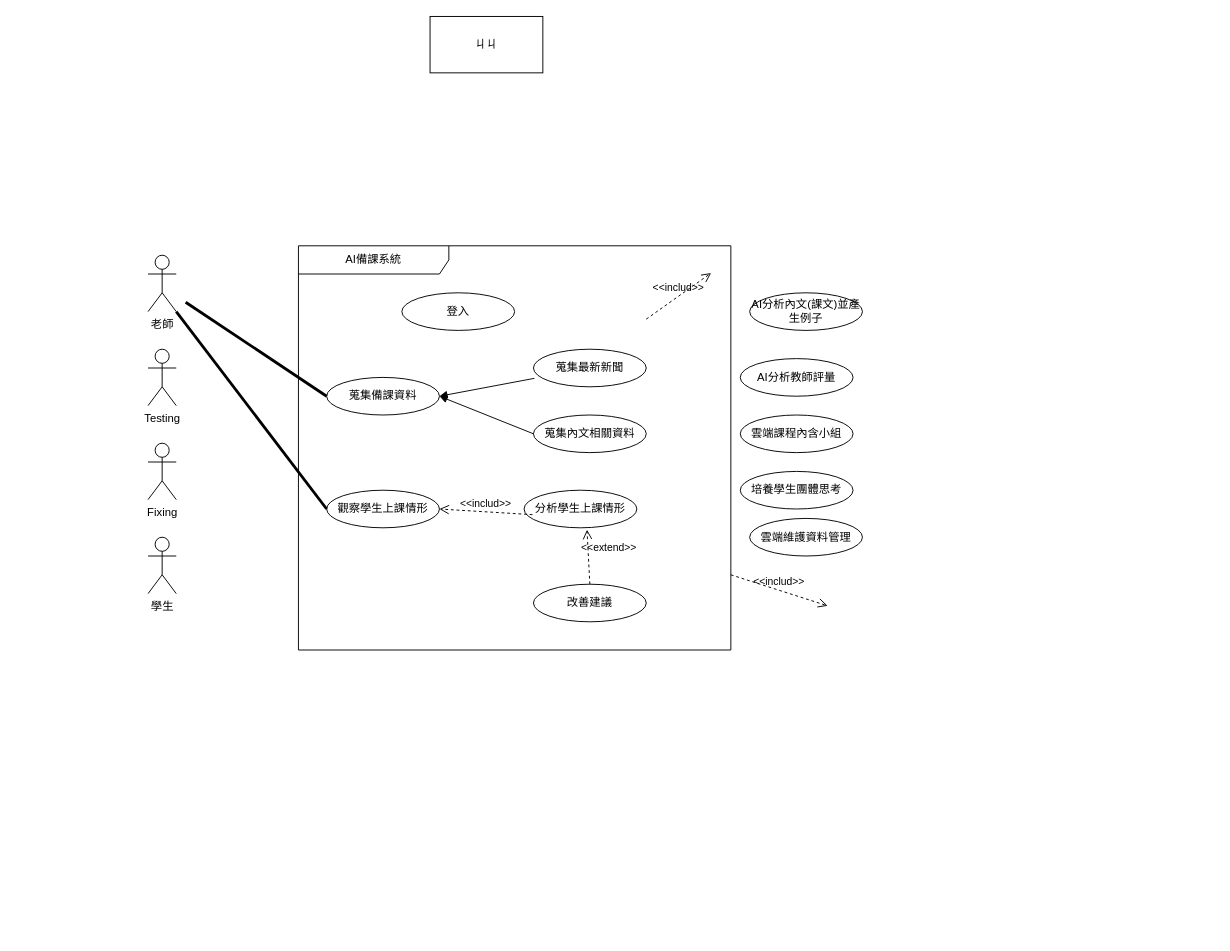
This is page "第 1 页" (1 of 2) of 顧客關係圖.drawio from Kevincheng0804/System-analysis, a draw.io file, before an edit. Source tidied: cells renumbered, new cells numbered last; positions are measured from the earlier drawing's top-left corner, leaving out a move shared by most shapes. Both pictures are drawn from the tidied source at 94%, with x=0, y=0 at pixel (148, 16).
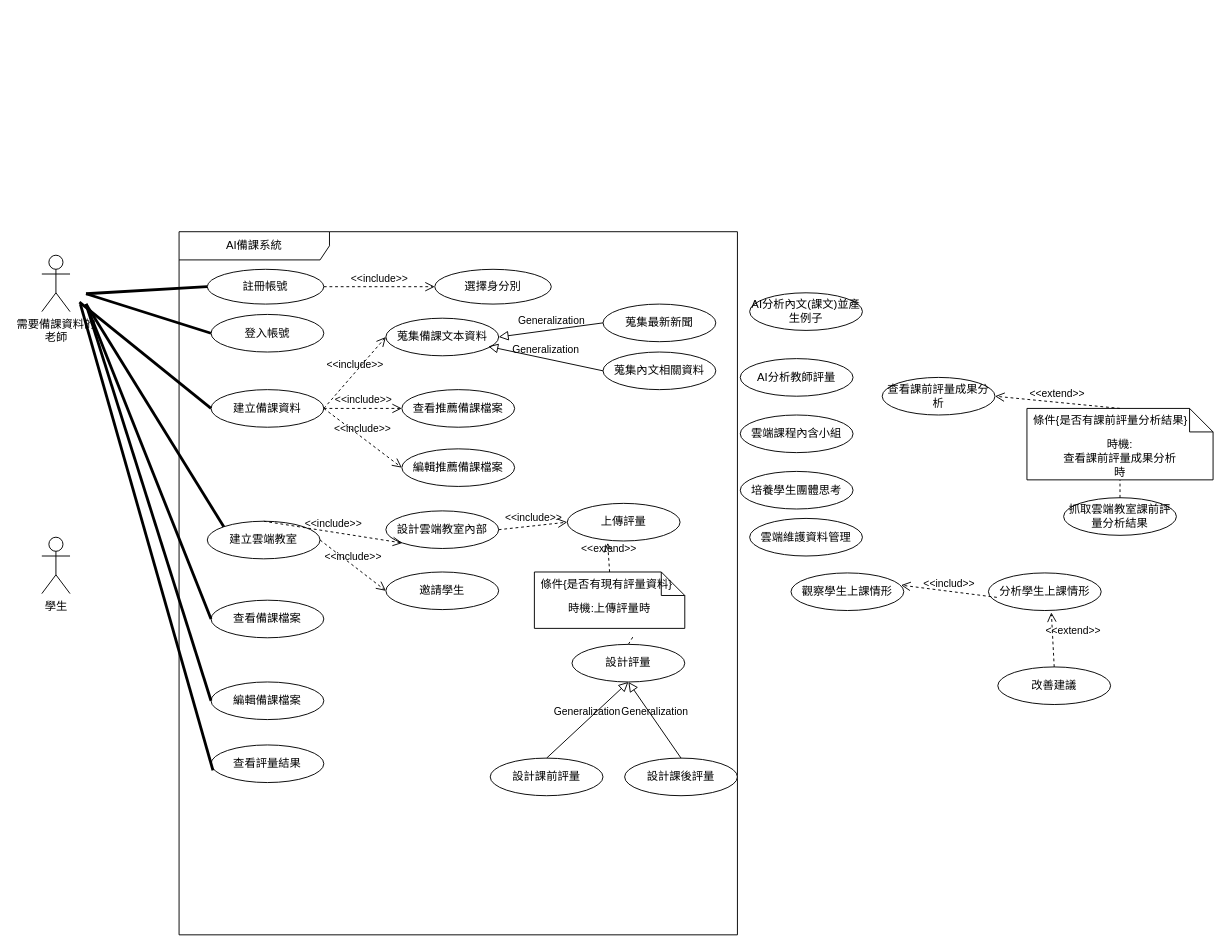
Above is the later version.

Diff of the diagram source:
```diff
@@
-    <mxCell id="2" value="&lt;div&gt;老師&lt;/div&gt;&lt;div&gt;&lt;br&gt;&lt;/div&gt;" style="shape=umlActor;verticalLabelPosition=bottom;verticalAlign=top;html=1;" parent="1" vertex="1">
-      <mxGeometry y="254" width="30" height="60" as="geometry" />
+    <mxCell id="2" value="需要備課資料的&lt;div&gt;老師&lt;/div&gt;&lt;div&gt;&lt;br&gt;&lt;/div&gt;" style="shape=umlActor;verticalLabelPosition=bottom;verticalAlign=top;html=1;" parent="1" vertex="1">
+      <mxGeometry x="-113" y="254" width="30" height="60" as="geometry" />
     </mxCell>
-    <mxCell id="3" value="Testing" style="shape=umlActor;verticalLabelPosition=bottom;verticalAlign=top;html=1;" parent="1" vertex="1">
-      <mxGeometry y="354" width="30" height="60" as="geometry" />
-    </mxCell>
-    <mxCell id="4" value="Fixing" style="shape=umlActor;verticalLabelPosition=bottom;verticalAlign=top;html=1;" parent="1" vertex="1">
-      <mxGeometry y="454" width="30" height="60" as="geometry" />
-    </mxCell>
     <mxCell id="5" value="AI備課系統" style="shape=umlFrame;whiteSpace=wrap;html=1;width=160;" parent="1" vertex="1">
-      <mxGeometry x="160" y="244" width="460" height="430" as="geometry" />
+      <mxGeometry x="33" y="229" width="594" height="748" as="geometry" />
     </mxCell>
-    <mxCell id="6" value="觀察學生上課情形" style="ellipse;html=1;whiteSpace=wrap;" parent="5" vertex="1">
-      <mxGeometry x="30" y="260" width="120" height="40" as="geometry" />
-    </mxCell>
-    <mxCell id="7" value="登入" style="ellipse;html=1;whiteSpace=wrap;" parent="5" vertex="1">
-      <mxGeometry x="110" y="50" width="120" height="40" as="geometry" />
+    <mxCell id="7" value="登入帳號" style="ellipse;html=1;whiteSpace=wrap;" parent="5" vertex="1">
+      <mxGeometry x="34" y="88" width="120" height="40" as="geometry" />
     </mxCell>
-    <mxCell id="8" value="&lt;div&gt;蒐集備課資料&lt;/div&gt;" style="ellipse;html=1;whiteSpace=wrap;" parent="5" vertex="1">
-      <mxGeometry x="30" y="140" width="120" height="40" as="geometry" />
+    <mxCell id="8" value="&lt;div&gt;蒐集備課文本資料&lt;/div&gt;" style="ellipse;html=1;whiteSpace=wrap;" parent="5" vertex="1">
+      <mxGeometry x="220" y="92" width="120" height="40" as="geometry" />
     </mxCell>
     <mxCell id="9" value="蒐集最新新聞" style="ellipse;html=1;whiteSpace=wrap;" parent="5" vertex="1">
-      <mxGeometry x="250" y="110" width="120" height="40" as="geometry" />
+      <mxGeometry x="451" y="77" width="120" height="40" as="geometry" />
     </mxCell>
     <mxCell id="10" value="蒐集內文相關資料" style="ellipse;html=1;whiteSpace=wrap;" parent="5" vertex="1">
-      <mxGeometry x="250" y="180" width="120" height="40" as="geometry" />
+      <mxGeometry x="451" y="128" width="120" height="40" as="geometry" />
     </mxCell>
+    <mxCell id="27" value="註冊帳號" style="ellipse;html=1;whiteSpace=wrap;" parent="5" vertex="1">
+      <mxGeometry x="30" y="40" width="124" height="37" as="geometry" />
+    </mxCell>
+    <mxCell id="28" value="選擇身分別" style="ellipse;html=1;whiteSpace=wrap;" parent="5" vertex="1">
+      <mxGeometry x="272" y="40" width="124" height="37" as="geometry" />
+    </mxCell>
+    <mxCell id="29" value="&amp;lt;&amp;lt;include&amp;gt;&amp;gt;" style="endArrow=open;startArrow=none;endFill=0;startFill=0;endSize=8;html=1;verticalAlign=bottom;dashed=1;labelBackgroundColor=none;rounded=0;exitX=1;exitY=0.5;exitDx=0;exitDy=0;entryX=0;entryY=0.5;entryDx=0;entryDy=0;" parent="5" edge="1" source="27" target="28">
+      <mxGeometry relative="1" as="geometry" />
+    </mxCell>
+    <mxCell id="30" value="Generalization" style="endArrow=block;html=1;rounded=0;align=center;verticalAlign=bottom;endFill=0;labelBackgroundColor=none;endSize=8;entryX=1;entryY=0.5;entryDx=0;entryDy=0;exitX=0;exitY=0.5;exitDx=0;exitDy=0;" parent="5" edge="1" source="9" target="8">
+      <mxGeometry relative="1" as="geometry" />
+    </mxCell>
+    <mxCell id="31" style="html=1;align=center;verticalAlign=top;labelBackgroundColor=none;" parent="30" vertex="1">
+      <mxGeometry relative="1" as="geometry" />
+    </mxCell>
-    <mxCell id="11" style="html=1;verticalAlign=bottom;labelBackgroundColor=none;endArrow=block;endFill=1;rounded=0;entryX=1;entryY=0.5;entryDx=0;entryDy=0;exitX=0;exitY=0.5;exitDx=0;exitDy=0;" parent="5" edge="1" source="10" target="8">
+    <mxCell id="11" value="Generalization" style="endArrow=block;html=1;rounded=0;align=center;verticalAlign=bottom;endFill=0;labelBackgroundColor=none;endSize=8;exitX=0;exitY=0.5;exitDx=0;exitDy=0;entryX=0.908;entryY=0.75;entryDx=0;entryDy=0;entryPerimeter=0;" parent="5" edge="1" source="10" target="8">
       <mxGeometry relative="1" as="geometry" />
     </mxCell>
-    <mxCell id="12" style="html=1;verticalAlign=bottom;labelBackgroundColor=none;endArrow=block;endFill=1;rounded=0;exitX=0.008;exitY=0.775;exitDx=0;exitDy=0;exitPerimeter=0;" parent="5" edge="1" source="9">
-      <mxGeometry relative="1" as="geometry">
-        <mxPoint x="150" y="160" as="targetPoint" />
-      </mxGeometry>
-    </mxCell>
-    <mxCell id="13" value="分析學生上課情形" style="ellipse;html=1;whiteSpace=wrap;" parent="5" vertex="1">
-      <mxGeometry x="240" y="260" width="120" height="40" as="geometry" />
-    </mxCell>
-    <mxCell id="14" value="改善建議" style="ellipse;html=1;whiteSpace=wrap;" parent="5" vertex="1">
-      <mxGeometry x="250" y="360" width="120" height="40" as="geometry" />
-    </mxCell>
-    <mxCell id="15" value="&amp;lt;&amp;lt;extend&amp;gt;&amp;gt;" style="endArrow=open;startArrow=none;endFill=0;startFill=0;endSize=8;html=1;verticalAlign=bottom;dashed=1;labelBackgroundColor=none;rounded=0;entryX=0.558;entryY=1.05;entryDx=0;entryDy=0;exitX=0.5;exitY=0;exitDx=0;exitDy=0;entryPerimeter=0;" parent="5" edge="1" source="14" target="13">
-      <mxGeometry y="-22" relative="1" as="geometry" />
-    </mxCell>
-    <mxCell id="16" value="&amp;lt;&amp;lt;includ&amp;gt;&amp;gt;" style="endArrow=open;startArrow=none;endFill=0;startFill=0;endSize=8;html=1;verticalAlign=bottom;dashed=1;labelBackgroundColor=none;rounded=0;exitX=0.075;exitY=0.65;exitDx=0;exitDy=0;exitPerimeter=0;" parent="5" edge="1" source="13">
-      <mxGeometry relative="1" as="geometry">
-        <mxPoint x="150" y="280" as="targetPoint" />
-      </mxGeometry>
-    </mxCell>
-    <mxCell id="17" value="&amp;lt;&amp;lt;includ&amp;gt;&amp;gt;" style="endArrow=open;startArrow=none;endFill=0;startFill=0;endSize=8;html=1;verticalAlign=bottom;dashed=1;labelBackgroundColor=none;rounded=0;entryX=0.5;entryY=1;entryDx=0;entryDy=0;exitX=0.592;exitY=-0.025;exitDx=0;exitDy=0;exitPerimeter=0;" parent="5" edge="1">
-      <mxGeometry relative="1" as="geometry">
-        <mxPoint x="370" y="78" as="sourcePoint" />
-        <mxPoint x="439" y="29" as="targetPoint" />
-      </mxGeometry>
-    </mxCell>
+    <mxCell id="32" style="html=1;align=center;verticalAlign=top;labelBackgroundColor=none;" parent="11" vertex="1">
+      <mxGeometry relative="1" as="geometry" />
+    </mxCell>
+    <mxCell id="33" value="建立雲端教室" style="ellipse;html=1;whiteSpace=wrap;" parent="5" vertex="1">
+      <mxGeometry x="30" y="308" width="120" height="40" as="geometry" />
+    </mxCell>
+    <mxCell id="34" value="邀請學生" style="ellipse;html=1;whiteSpace=wrap;" parent="5" vertex="1">
+      <mxGeometry x="220" y="362" width="120" height="40" as="geometry" />
+    </mxCell>
+    <mxCell id="35" value="&amp;lt;&amp;lt;include&amp;gt;&amp;gt;" style="endArrow=open;startArrow=none;endFill=0;startFill=0;endSize=8;html=1;verticalAlign=bottom;dashed=1;labelBackgroundColor=none;rounded=0;exitX=1;exitY=0.5;exitDx=0;exitDy=0;entryX=0;entryY=0.5;entryDx=0;entryDy=0;" parent="5" edge="1" source="33" target="34">
+      <mxGeometry relative="1" as="geometry" />
+    </mxCell>
+    <mxCell id="36" value="建立備課資料" style="ellipse;html=1;whiteSpace=wrap;" parent="5" vertex="1">
+      <mxGeometry x="34" y="168" width="120" height="40" as="geometry" />
+    </mxCell>
+    <mxCell id="37" value="&amp;lt;&amp;lt;include&amp;gt;&amp;gt;" style="endArrow=open;startArrow=none;endFill=0;startFill=0;endSize=8;html=1;verticalAlign=bottom;dashed=1;labelBackgroundColor=none;rounded=0;exitX=1;exitY=0.5;exitDx=0;exitDy=0;entryX=0;entryY=0.5;entryDx=0;entryDy=0;" parent="5" edge="1" source="36" target="8">
+      <mxGeometry relative="1" as="geometry" />
+    </mxCell>
+    <mxCell id="38" value="查看推薦備課檔案" style="ellipse;html=1;whiteSpace=wrap;" parent="5" vertex="1">
+      <mxGeometry x="237" y="168" width="120" height="40" as="geometry" />
+    </mxCell>
+    <mxCell id="39" value="編輯推薦備課檔案" style="ellipse;html=1;whiteSpace=wrap;" parent="5" vertex="1">
+      <mxGeometry x="237" y="231" width="120" height="40" as="geometry" />
+    </mxCell>
+    <mxCell id="40" value="&amp;lt;&amp;lt;include&amp;gt;&amp;gt;" style="endArrow=open;startArrow=none;endFill=0;startFill=0;endSize=8;html=1;verticalAlign=bottom;dashed=1;labelBackgroundColor=none;rounded=0;exitX=1;exitY=0.5;exitDx=0;exitDy=0;entryX=0;entryY=0.5;entryDx=0;entryDy=0;" parent="5" edge="1" source="36" target="39">
+      <mxGeometry relative="1" as="geometry" />
+    </mxCell>
+    <mxCell id="41" value="&amp;lt;&amp;lt;include&amp;gt;&amp;gt;" style="endArrow=open;startArrow=none;endFill=0;startFill=0;endSize=8;html=1;verticalAlign=bottom;dashed=1;labelBackgroundColor=none;rounded=0;exitX=1;exitY=0.5;exitDx=0;exitDy=0;entryX=0;entryY=0.5;entryDx=0;entryDy=0;" parent="5" edge="1" source="36" target="38">
+      <mxGeometry relative="1" as="geometry" />
+    </mxCell>
+    <mxCell id="42" value="查看備課檔案" style="ellipse;html=1;whiteSpace=wrap;" parent="5" vertex="1">
+      <mxGeometry x="34" y="392" width="120" height="40" as="geometry" />
+    </mxCell>
+    <mxCell id="43" value="設計評量" style="ellipse;html=1;whiteSpace=wrap;" parent="5" vertex="1">
+      <mxGeometry x="418" y="439" width="120" height="40" as="geometry" />
+    </mxCell>
+    <mxCell id="44" value="設計課前評量" style="ellipse;html=1;whiteSpace=wrap;" parent="5" vertex="1">
+      <mxGeometry x="331" y="560" width="120" height="40" as="geometry" />
+    </mxCell>
+    <mxCell id="45" value="設計課後評量" style="ellipse;html=1;whiteSpace=wrap;" parent="5" vertex="1">
+      <mxGeometry x="474" y="560" width="120" height="40" as="geometry" />
+    </mxCell>
+    <mxCell id="46" value="Generalization" style="endArrow=block;html=1;rounded=0;align=center;verticalAlign=bottom;endFill=0;labelBackgroundColor=none;endSize=8;entryX=0.5;entryY=1;entryDx=0;entryDy=0;exitX=0.5;exitY=0;exitDx=0;exitDy=0;" parent="5" edge="1" source="45" target="43">
+      <mxGeometry relative="1" as="geometry" />
+    </mxCell>
+    <mxCell id="47" style="html=1;align=center;verticalAlign=top;labelBackgroundColor=none;" parent="46" vertex="1">
+      <mxGeometry relative="1" as="geometry" />
+    </mxCell>
+    <mxCell id="48" value="Generalization" style="endArrow=block;html=1;rounded=0;align=center;verticalAlign=bottom;endFill=0;labelBackgroundColor=none;endSize=8;entryX=0.5;entryY=1;entryDx=0;entryDy=0;exitX=0.5;exitY=0;exitDx=0;exitDy=0;" parent="5" edge="1" source="44" target="43">
+      <mxGeometry relative="1" as="geometry" />
+    </mxCell>
+    <mxCell id="49" style="html=1;align=center;verticalAlign=top;labelBackgroundColor=none;" parent="48" vertex="1">
+      <mxGeometry relative="1" as="geometry" />
+    </mxCell>
+    <mxCell id="50" value="上傳評量" style="ellipse;html=1;whiteSpace=wrap;" parent="5" vertex="1">
+      <mxGeometry x="413" y="289" width="120" height="40" as="geometry" />
+    </mxCell>
+    <mxCell id="51" value="設計雲端教室內部" style="ellipse;html=1;whiteSpace=wrap;" parent="5" vertex="1">
+      <mxGeometry x="220" y="297" width="120" height="40" as="geometry" />
+    </mxCell>
+    <mxCell id="52" value="&amp;lt;&amp;lt;include&amp;gt;&amp;gt;" style="endArrow=open;startArrow=none;endFill=0;startFill=0;endSize=8;html=1;verticalAlign=bottom;dashed=1;labelBackgroundColor=none;rounded=0;exitX=0.5;exitY=0;exitDx=0;exitDy=0;entryX=0;entryY=1;entryDx=0;entryDy=0;" parent="5" edge="1" source="33" target="51">
+      <mxGeometry relative="1" as="geometry" />
+    </mxCell>
+    <mxCell id="53" style="endArrow=none;startArrow=none;endFill=0;startFill=0;endSize=8;html=1;verticalAlign=bottom;labelBackgroundColor=none;strokeWidth=3;rounded=0;entryX=0;entryY=0;entryDx=0;entryDy=0;" parent="5" edge="1" target="33">
+      <mxGeometry relative="1" as="geometry">
+        <mxPoint x="-99" y="77" as="sourcePoint" />
+      </mxGeometry>
+    </mxCell>
+    <mxCell id="54" value="時機:上傳評量時" style="shape=note2;boundedLbl=1;whiteSpace=wrap;html=1;size=25;verticalAlign=top;align=center;" parent="5" vertex="1">
+      <mxGeometry x="378" y="362" width="160" height="60" as="geometry" />
+    </mxCell>
+    <mxCell id="55" value="條件{是否有現有評量資料}" style="strokeColor=none;fillColor=none;align=left;spacingLeft=5;" parent="54" vertex="1">
+      <mxGeometry width="160" height="25" relative="1" as="geometry" />
+    </mxCell>
+    <mxCell id="56" style="endArrow=none;startArrow=none;endFill=0;startFill=0;endSize=8;html=1;verticalAlign=bottom;dashed=1;labelBackgroundColor=none;rounded=0;exitX=0.5;exitY=0;exitDx=0;exitDy=0;" parent="5" edge="1" source="43">
+      <mxGeometry relative="1" as="geometry">
+        <mxPoint x="484" y="429" as="targetPoint" />
+      </mxGeometry>
+    </mxCell>
+    <mxCell id="57" value="&amp;lt;&amp;lt;extend&amp;gt;&amp;gt;" style="endArrow=open;startArrow=none;endFill=0;startFill=0;endSize=8;html=1;verticalAlign=bottom;dashed=1;labelBackgroundColor=none;rounded=0;exitX=0.5;exitY=0;exitDx=0;exitDy=0;entryX=0.358;entryY=1.05;entryDx=0;entryDy=0;entryPerimeter=0;" parent="5" edge="1" source="55" target="50">
+      <mxGeometry relative="1" as="geometry" />
+    </mxCell>
+    <mxCell id="58" value="&amp;lt;&amp;lt;include&amp;gt;&amp;gt;" style="endArrow=open;startArrow=none;endFill=0;startFill=0;endSize=8;html=1;verticalAlign=bottom;dashed=1;labelBackgroundColor=none;rounded=0;exitX=1;exitY=0.5;exitDx=0;exitDy=0;entryX=0;entryY=0.5;entryDx=0;entryDy=0;" parent="5" edge="1" source="51" target="50">
+      <mxGeometry relative="1" as="geometry" />
+    </mxCell>
+    <mxCell id="59" value="查看評量結果" style="ellipse;html=1;whiteSpace=wrap;" parent="5" vertex="1">
+      <mxGeometry x="34" y="546" width="120" height="40" as="geometry" />
+    </mxCell>
+    <mxCell id="60" value="編輯備課檔案" style="ellipse;html=1;whiteSpace=wrap;" parent="5" vertex="1">
+      <mxGeometry x="34" y="479" width="120" height="40" as="geometry" />
+    </mxCell>
@@
-    <mxCell id="23" value="&amp;lt;&amp;lt;includ&amp;gt;&amp;gt;" style="endArrow=open;startArrow=none;endFill=0;startFill=0;endSize=8;html=1;verticalAlign=bottom;dashed=1;labelBackgroundColor=none;rounded=0;entryX=0;entryY=0.5;entryDx=0;entryDy=0;exitX=0.975;exitY=0.675;exitDx=0;exitDy=0;exitPerimeter=0;" parent="1" edge="1">
-      <mxGeometry relative="1" as="geometry">
-        <mxPoint x="620" y="594" as="sourcePoint" />
-        <mxPoint x="723" y="627" as="targetPoint" />
-      </mxGeometry>
-    </mxCell>
-    <mxCell id="24" style="endArrow=none;startArrow=none;endFill=0;startFill=0;endSize=8;html=1;verticalAlign=bottom;labelBackgroundColor=none;strokeWidth=3;rounded=0;entryX=0;entryY=0.5;entryDx=0;entryDy=0;" parent="1" edge="1" target="8">
+    <mxCell id="24" style="endArrow=none;startArrow=none;endFill=0;startFill=0;endSize=8;html=1;verticalAlign=bottom;labelBackgroundColor=none;strokeWidth=3;rounded=0;entryX=0;entryY=0.5;entryDx=0;entryDy=0;" parent="1" edge="1" target="36">
       <mxGeometry relative="1" as="geometry">
-        <mxPoint x="40" y="304" as="sourcePoint" />
+        <mxPoint x="-73" y="304" as="sourcePoint" />
       </mxGeometry>
     </mxCell>
-    <mxCell id="25" style="endArrow=none;startArrow=none;endFill=0;startFill=0;endSize=8;html=1;verticalAlign=bottom;labelBackgroundColor=none;strokeWidth=3;rounded=0;entryX=0;entryY=0.5;entryDx=0;entryDy=0;exitX=1;exitY=1;exitDx=0;exitDy=0;exitPerimeter=0;" parent="1" edge="1" source="2" target="6">
-      <mxGeometry relative="1" as="geometry" />
-    </mxCell>
     <mxCell id="26" value="學生" style="shape=umlActor;verticalLabelPosition=bottom;verticalAlign=top;html=1;" parent="1" vertex="1">
-      <mxGeometry y="554" width="30" height="60" as="geometry" />
+      <mxGeometry x="-113" y="554" width="30" height="60" as="geometry" />
     </mxCell>
-    <mxCell id="27" value="ㄐㄐ" style="rounded=0;whiteSpace=wrap;html=1;" parent="1" vertex="1">
-      <mxGeometry x="300" width="120" height="60" as="geometry" />
-    </mxCell>
+    <mxCell id="61" style="endArrow=none;startArrow=none;endFill=0;startFill=0;endSize=8;html=1;verticalAlign=bottom;labelBackgroundColor=none;strokeWidth=3;rounded=0;entryX=0;entryY=0.5;entryDx=0;entryDy=0;" parent="1" edge="1" target="27">
+      <mxGeometry relative="1" as="geometry">
+        <mxPoint x="-66" y="295" as="sourcePoint" />
+      </mxGeometry>
+    </mxCell>
+    <mxCell id="62" style="endArrow=none;startArrow=none;endFill=0;startFill=0;endSize=8;html=1;verticalAlign=bottom;labelBackgroundColor=none;strokeWidth=3;rounded=0;entryX=0;entryY=0.5;entryDx=0;entryDy=0;" parent="1" edge="1" target="7">
+      <mxGeometry relative="1" as="geometry">
+        <mxPoint x="-66" y="295" as="sourcePoint" />
+      </mxGeometry>
+    </mxCell>
+    <mxCell id="6" value="觀察學生上課情形" style="ellipse;html=1;whiteSpace=wrap;" parent="1" vertex="1">
+      <mxGeometry x="684" y="592" width="120" height="40" as="geometry" />
+    </mxCell>
+    <mxCell id="13" value="分析學生上課情形" style="ellipse;html=1;whiteSpace=wrap;" parent="1" vertex="1">
+      <mxGeometry x="894" y="592" width="120" height="40" as="geometry" />
+    </mxCell>
+    <mxCell id="14" value="改善建議" style="ellipse;html=1;whiteSpace=wrap;" parent="1" vertex="1">
+      <mxGeometry x="904" y="692" width="120" height="40" as="geometry" />
+    </mxCell>
+    <mxCell id="16" value="&amp;lt;&amp;lt;includ&amp;gt;&amp;gt;" style="endArrow=open;startArrow=none;endFill=0;startFill=0;endSize=8;html=1;verticalAlign=bottom;dashed=1;labelBackgroundColor=none;rounded=0;exitX=0.075;exitY=0.65;exitDx=0;exitDy=0;exitPerimeter=0;entryX=0.975;entryY=0.325;entryDx=0;entryDy=0;entryPerimeter=0;" parent="1" edge="1" source="13" target="6">
+      <mxGeometry relative="1" as="geometry" />
+    </mxCell>
+    <mxCell id="15" value="&amp;lt;&amp;lt;extend&amp;gt;&amp;gt;" style="endArrow=open;startArrow=none;endFill=0;startFill=0;endSize=8;html=1;verticalAlign=bottom;dashed=1;labelBackgroundColor=none;rounded=0;entryX=0.558;entryY=1.05;entryDx=0;entryDy=0;exitX=0.5;exitY=0;exitDx=0;exitDy=0;entryPerimeter=0;" parent="1" edge="1" source="14" target="13">
+      <mxGeometry y="-22" relative="1" as="geometry" />
+    </mxCell>
+    <mxCell id="63" style="endArrow=none;startArrow=none;endFill=0;startFill=0;endSize=8;html=1;verticalAlign=bottom;labelBackgroundColor=none;strokeWidth=3;rounded=0;entryX=0;entryY=0.5;entryDx=0;entryDy=0;" parent="1" edge="1" target="42">
+      <mxGeometry relative="1" as="geometry">
+        <mxPoint x="-66" y="306" as="sourcePoint" />
+      </mxGeometry>
+    </mxCell>
+    <mxCell id="64" style="endArrow=none;startArrow=none;endFill=0;startFill=0;endSize=8;html=1;verticalAlign=bottom;labelBackgroundColor=none;strokeWidth=3;rounded=0;entryX=0.017;entryY=0.675;entryDx=0;entryDy=0;entryPerimeter=0;" parent="1" edge="1" target="59">
+      <mxGeometry relative="1" as="geometry">
+        <mxPoint x="-72" y="306" as="sourcePoint" />
+      </mxGeometry>
+    </mxCell>
+    <mxCell id="65" style="endArrow=none;startArrow=none;endFill=0;startFill=0;endSize=8;html=1;verticalAlign=bottom;labelBackgroundColor=none;strokeWidth=3;rounded=0;entryX=0;entryY=0.5;entryDx=0;entryDy=0;" parent="1" edge="1" target="60">
+      <mxGeometry relative="1" as="geometry">
+        <mxPoint x="-66" y="306" as="sourcePoint" />
+      </mxGeometry>
+    </mxCell>
+    <mxCell id="66" value="&lt;div&gt;查看課前評量成果分析&lt;/div&gt;" style="ellipse;html=1;whiteSpace=wrap;" parent="1" vertex="1">
+      <mxGeometry x="781" y="384" width="120" height="40" as="geometry" />
+    </mxCell>
+    <mxCell id="67" value="時機:&lt;div&gt;查看課前評量成果分析&lt;/div&gt;時" style="shape=note2;boundedLbl=1;whiteSpace=wrap;html=1;size=25;verticalAlign=top;align=center;" parent="1" vertex="1">
+      <mxGeometry x="935" y="417" width="198" height="76" as="geometry" />
+    </mxCell>
+    <mxCell id="68" value="條件{是否有課前評量分析結果}" style="strokeColor=none;fillColor=none;align=left;spacingLeft=5;" parent="67" vertex="1">
+      <mxGeometry width="198" height="25" relative="1" as="geometry" />
+    </mxCell>
+    <mxCell id="69" value="抓取雲端教室課前評量分析結果" style="ellipse;html=1;whiteSpace=wrap;" parent="1" vertex="1">
+      <mxGeometry x="974" y="512" width="120" height="40" as="geometry" />
+    </mxCell>
+    <mxCell id="70" value="&amp;lt;&amp;lt;extend&amp;gt;&amp;gt;" style="endArrow=open;startArrow=none;endFill=0;startFill=0;endSize=8;html=1;verticalAlign=bottom;dashed=1;labelBackgroundColor=none;rounded=0;exitX=0.5;exitY=0;exitDx=0;exitDy=0;entryX=1;entryY=0.5;entryDx=0;entryDy=0;" parent="1" edge="1" source="68" target="66">
+      <mxGeometry relative="1" as="geometry" />
+    </mxCell>
+    <mxCell id="71" style="endArrow=none;startArrow=none;endFill=0;startFill=0;endSize=8;html=1;verticalAlign=bottom;dashed=1;labelBackgroundColor=none;rounded=0;entryX=0.5;entryY=1;entryDx=0;entryDy=0;entryPerimeter=0;exitX=0.5;exitY=0;exitDx=0;exitDy=0;" parent="1" edge="1" source="69" target="67">
+      <mxGeometry relative="1" as="geometry" />
+    </mxCell>
```
